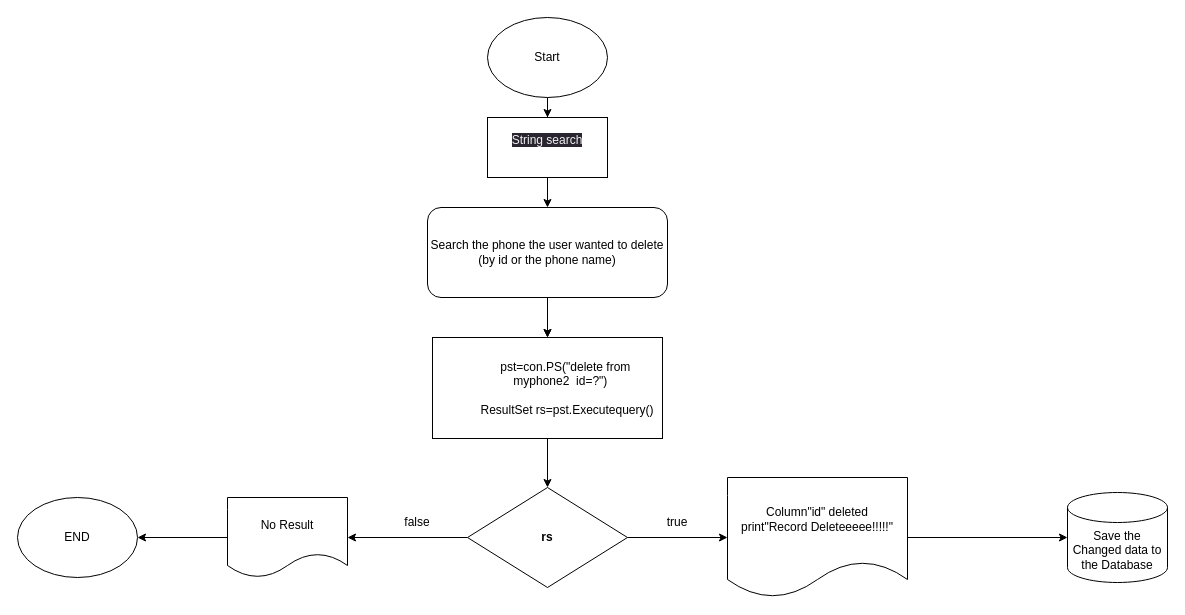
khanh8603/khanh8603 keeps this draw.io diagram as delete.drawio. Above is the earlier version. Source tidied: cells renumbered, new cells numbered last; positions are measured from the earlier drawing's top-left corner, leaving out a move shared by most shapes. Both pictures are drawn from the tidied source at 100%, with x=0, y=0 at pixel (17, 17).
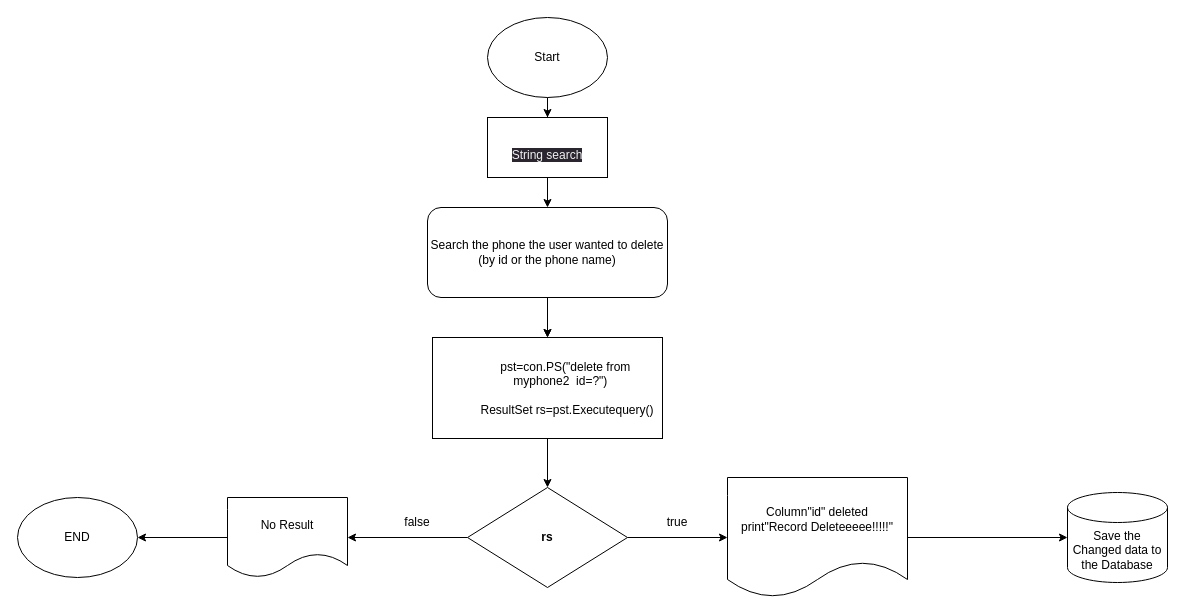
After the change.

Commit message:
Cập nhật delete.drawio

What changed in the source:
```diff
@@
-    <mxCell id="17" value="&#10;&lt;span style=&quot;color: rgb(240, 240, 240); font-family: Helvetica; font-size: 12px; font-style: normal; font-variant-ligatures: normal; font-variant-caps: normal; font-weight: 400; letter-spacing: normal; orphans: 2; text-align: center; text-indent: 0px; text-transform: none; widows: 2; word-spacing: 0px; -webkit-text-stroke-width: 0px; background-color: rgb(42, 37, 47); text-decoration-thickness: initial; text-decoration-style: initial; text-decoration-color: initial; float: none; display: inline !important;&quot;&gt;String search&lt;/span&gt;&#10;&#10;" style="rounded=0;whiteSpace=wrap;html=1;" parent="1" vertex="1">
+    <mxCell id="17" value="&lt;br&gt;&lt;font color=&quot;#f0f0f0&quot;&gt;&lt;span style=&quot;background-color: rgb(42, 37, 47);&quot;&gt;String search&lt;/span&gt;&lt;/font&gt;" style="rounded=0;whiteSpace=wrap;html=1;" parent="1" vertex="1">
       <mxGeometry x="470" y="100" width="120" height="60" as="geometry" />
     </mxCell>
```
